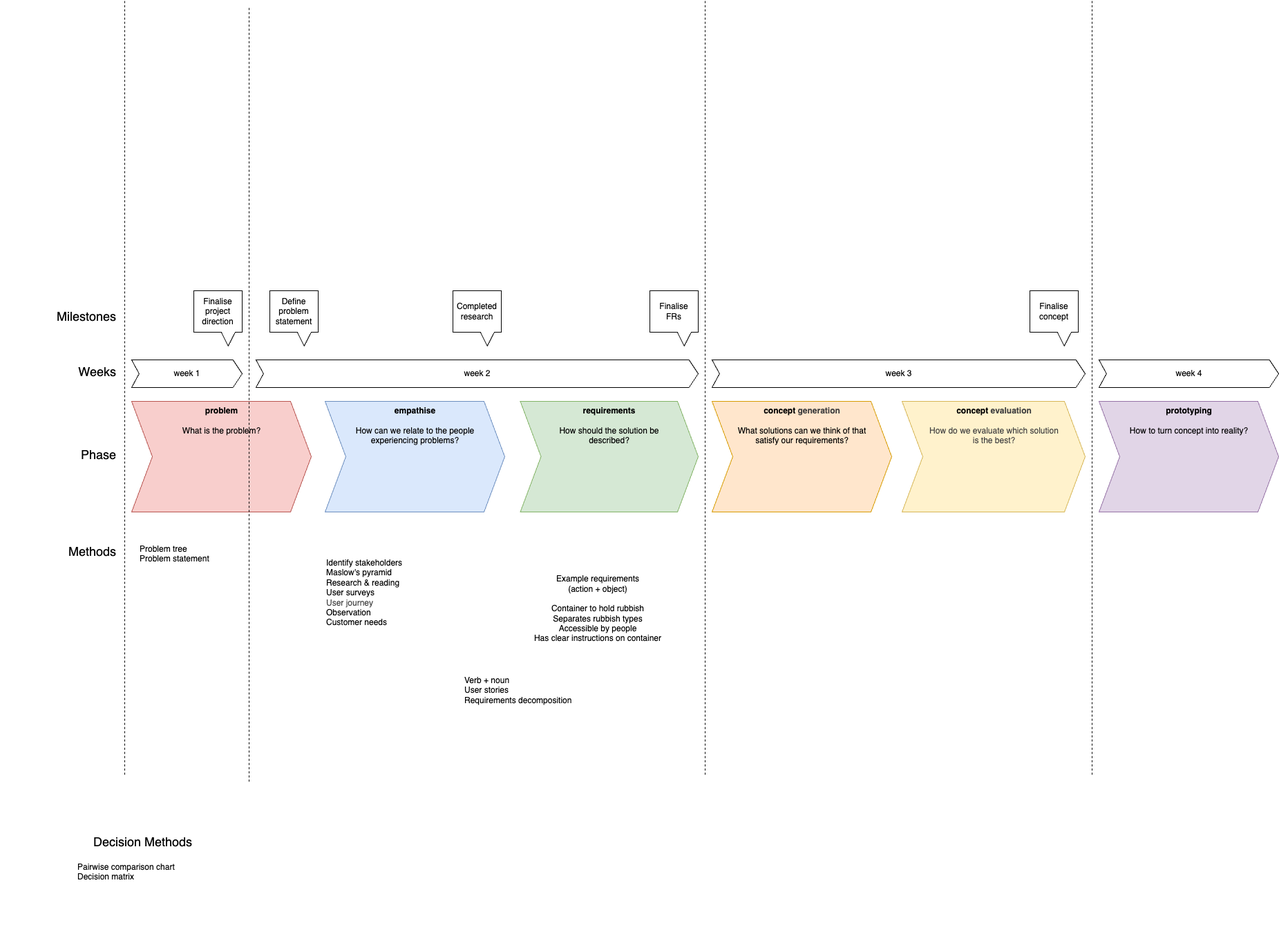
dennuguyen/desn2000-cheat-sheet keeps this draw.io diagram as cheat-sheet.drawio.png. Above is the earlier version. Source tidied: cells renumbered, new cells last; positions are measured from the earlier drawing's top-left corner, leaving out a move shared by most shapes.
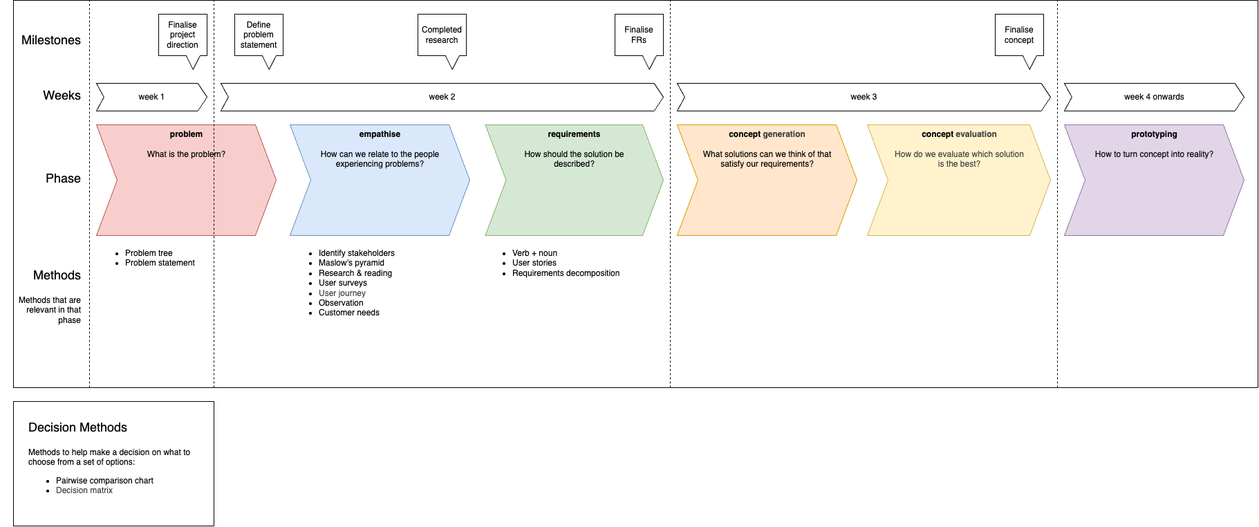
After the change.

Commit message:
Clean timeline and add decision methods

Diff of the diagram source:
```diff
@@ -2,6 +2,12 @@
   <root>
     <mxCell id="0" />
     <mxCell id="1" parent="0" />
+    <mxCell id="31" style="rounded=0;whiteSpace=wrap;html=1;fillColor=none;" parent="1" vertex="1">
+      <mxGeometry x="70" y="980" width="290" height="180" as="geometry" />
+    </mxCell>
+    <mxCell id="32" style="rounded=0;whiteSpace=wrap;html=1;fillColor=none;" parent="1" vertex="1">
+      <mxGeometry x="70" y="400" width="1800" height="560" as="geometry" />
+    </mxCell>
     <mxCell id="2" value="&lt;b&gt;problem&lt;/b&gt;&lt;div&gt;&lt;br&gt;&lt;/div&gt;&lt;div&gt;What is the problem?&lt;/div&gt;" style="html=1;shadow=0;dashed=0;align=center;verticalAlign=top;shape=mxgraph.arrows2.arrow;dy=0;dx=30;notch=30;rotation=0;fillColor=#f8cecc;strokeColor=#b85450;" parent="1" vertex="1">
       <mxGeometry x="190" y="580" width="260" height="160" as="geometry" />
     </mxCell>
@@ -29,7 +35,7 @@
     <mxCell id="10" value="week 3" style="html=1;shadow=0;dashed=0;align=center;verticalAlign=middle;shape=mxgraph.arrows2.arrow;dy=0;dx=13.33;notch=10.83;rotation=0;" parent="1" vertex="1">
       <mxGeometry x="1030" y="520" width="540" height="40" as="geometry" />
     </mxCell>
-    <mxCell id="11" value="week 4" style="html=1;shadow=0;dashed=0;align=center;verticalAlign=middle;shape=mxgraph.arrows2.arrow;dy=0;dx=13.33;notch=10.83;rotation=0;" parent="1" vertex="1">
+    <mxCell id="11" value="week 4 onwards" style="html=1;shadow=0;dashed=0;align=center;verticalAlign=middle;shape=mxgraph.arrows2.arrow;dy=0;dx=13.33;notch=10.83;rotation=0;" parent="1" vertex="1">
       <mxGeometry x="1590" y="520" width="260" height="40" as="geometry" />
     </mxCell>
     <mxCell id="12" value="Milestones" style="text;html=1;align=right;verticalAlign=top;whiteSpace=wrap;rounded=0;fontStyle=0;fontSize=18;" parent="1" vertex="1">
@@ -43,42 +49,39 @@
     </mxCell>
     <mxCell id="15" style="endArrow=none;dashed=1;html=1;" parent="1" edge="1">
       <mxGeometry relative="1" as="geometry">
-        <mxPoint x="180" y="1120" as="sourcePoint" />
-        <mxPoint x="180" as="targetPoint" />
+        <mxPoint x="180" y="960" as="sourcePoint" />
+        <mxPoint x="180" y="400" as="targetPoint" />
       </mxGeometry>
     </mxCell>
     <mxCell id="16" style="endArrow=none;dashed=1;html=1;" parent="1" edge="1">
       <mxGeometry relative="1" as="geometry">
-        <mxPoint x="360" y="1130" as="sourcePoint" />
-        <mxPoint x="360" y="10" as="targetPoint" />
+        <mxPoint x="360" y="960" as="sourcePoint" />
+        <mxPoint x="360" y="400" as="targetPoint" />
       </mxGeometry>
     </mxCell>
     <mxCell id="17" style="endArrow=none;dashed=1;html=1;" parent="1" edge="1">
       <mxGeometry relative="1" as="geometry">
-        <mxPoint x="1020" y="1120" as="sourcePoint" />
-        <mxPoint x="1020" as="targetPoint" />
+        <mxPoint x="1020" y="960" as="sourcePoint" />
+        <mxPoint x="1020" y="400" as="targetPoint" />
       </mxGeometry>
     </mxCell>
     <mxCell id="18" style="endArrow=none;dashed=1;html=1;" parent="1" edge="1">
       <mxGeometry relative="1" as="geometry">
-        <mxPoint x="1580" y="1120" as="sourcePoint" />
-        <mxPoint x="1580" as="targetPoint" />
+        <mxPoint x="1580" y="960" as="sourcePoint" />
+        <mxPoint x="1580" y="400" as="targetPoint" />
       </mxGeometry>
     </mxCell>
     <mxCell id="19" value="Methods" style="text;html=1;align=right;verticalAlign=top;whiteSpace=wrap;rounded=0;fontStyle=0;fontSize=18;" parent="1" vertex="1">
       <mxGeometry x="50" y="780" width="120" height="40" as="geometry" />
     </mxCell>
-    <mxCell id="20" value="&lt;a href=&quot;data:page/id,nuaXPxbeH8rUWCs_cNfz&quot;&gt;Problem tree&lt;/a&gt;&lt;div&gt;Problem statement&lt;/div&gt;" style="text;html=1;align=left;verticalAlign=top;whiteSpace=wrap;rounded=0;" parent="1" vertex="1">
-      <mxGeometry x="200" y="780" width="260" height="80" as="geometry" />
+    <mxCell id="20" value="&lt;ul&gt;&lt;li&gt;Problem tree&lt;/li&gt;&lt;li&gt;Problem statement&lt;/li&gt;&lt;/ul&gt;" style="text;html=1;align=left;verticalAlign=top;whiteSpace=wrap;rounded=0;" parent="1" vertex="1">
+      <mxGeometry x="190" y="740" width="160" height="80" as="geometry" />
     </mxCell>
-    <mxCell id="21" value="&lt;div&gt;Identify stakeholders&lt;/div&gt;&lt;a href=&quot;data:page/id,WFlrGRD5GLz9ZqU2Nfv2&quot;&gt;Maslow's pyramid&lt;/a&gt;&lt;div&gt;Research &amp;amp; reading&lt;/div&gt;&lt;div&gt;User surveys&lt;/div&gt;&lt;div&gt;&lt;span style=&quot;color: rgb(63, 63, 63);&quot;&gt;User journey&lt;/span&gt;&lt;/div&gt;&lt;div&gt;Observation&lt;/div&gt;&lt;div&gt;Customer needs&lt;/div&gt;" style="text;html=1;align=left;verticalAlign=top;whiteSpace=wrap;rounded=0;" parent="1" vertex="1">
-      <mxGeometry x="470" y="800" width="260" height="120" as="geometry" />
+    <mxCell id="21" value="&lt;div&gt;&lt;ul&gt;&lt;li&gt;Identify stakeholders&lt;/li&gt;&lt;li&gt;Maslow's pyramid&lt;/li&gt;&lt;li&gt;Research &amp;amp; reading&lt;/li&gt;&lt;li&gt;User surveys&lt;/li&gt;&lt;li&gt;&lt;span style=&quot;color: rgb(63, 63, 63);&quot;&gt;User journey&lt;/span&gt;&lt;/li&gt;&lt;li&gt;Observation&lt;/li&gt;&lt;li&gt;Customer needs&lt;/li&gt;&lt;/ul&gt;&lt;/div&gt;" style="text;html=1;align=left;verticalAlign=top;whiteSpace=wrap;rounded=0;" parent="1" vertex="1">
+      <mxGeometry x="470" y="740" width="260" height="170" as="geometry" />
     </mxCell>
-    <mxCell id="22" value="Example requirements&lt;div&gt;(action + object)&lt;/div&gt;&lt;div&gt;&lt;br&gt;&lt;/div&gt;&lt;div&gt;Container to hold rubbish&lt;/div&gt;&lt;div&gt;Separates rubbish types&lt;/div&gt;&lt;div&gt;Accessible by people&lt;/div&gt;&lt;div&gt;Has clear instructions on container&lt;/div&gt;" style="text;html=1;align=center;verticalAlign=middle;whiteSpace=wrap;rounded=0;" parent="1" vertex="1">
-      <mxGeometry x="760" y="830" width="210" height="100" as="geometry" />
-    </mxCell>
-    <mxCell id="23" value="&lt;div&gt;Verb + noun&lt;/div&gt;&lt;div&gt;User stories&lt;/div&gt;Requirements decomposition" style="text;html=1;align=left;verticalAlign=top;whiteSpace=wrap;rounded=0;" parent="1" vertex="1">
-      <mxGeometry x="670" y="970" width="260" height="120" as="geometry" />
+    <mxCell id="23" value="&lt;div&gt;&lt;ul&gt;&lt;li&gt;Verb + noun&lt;/li&gt;&lt;li&gt;User stories&lt;/li&gt;&lt;li&gt;Requirements decomposition&lt;/li&gt;&lt;/ul&gt;&lt;/div&gt;" style="text;html=1;align=left;verticalAlign=top;whiteSpace=wrap;rounded=0;" parent="1" vertex="1">
+      <mxGeometry x="750" y="740" width="262.5" height="120" as="geometry" />
     </mxCell>
     <mxCell id="24" value="Define problem statement" style="shape=callout;whiteSpace=wrap;html=1;perimeter=calloutPerimeter;position2=0.71;size=20;position=0.57;rotation=0;base=20;" parent="1" vertex="1">
       <mxGeometry x="390" y="420" width="70" height="80" as="geometry" />
@@ -95,11 +98,14 @@
     <mxCell id="28" value="Finalise concept" style="shape=callout;whiteSpace=wrap;html=1;perimeter=calloutPerimeter;position2=0.71;size=20;position=0.57;rotation=0;base=20;" parent="1" vertex="1">
       <mxGeometry x="1490" y="420" width="70" height="80" as="geometry" />
     </mxCell>
-    <mxCell id="29" value="&lt;a href=&quot;data:page/id,Jfxv_jzImTgZCfAA8_Uq&quot;&gt;Pairwise comparison chart&lt;/a&gt;&lt;div&gt;Decision matrix&lt;/div&gt;" style="text;html=1;align=left;verticalAlign=top;whiteSpace=wrap;rounded=0;" parent="1" vertex="1">
-      <mxGeometry x="110" y="1240" width="240" height="120" as="geometry" />
+    <mxCell id="29" value="&lt;div&gt;Methods to help make a decision on what to choose from a set of options:&lt;/div&gt;&lt;ul&gt;&lt;li&gt;Pairwise comparison chart&lt;/li&gt;&lt;li&gt;&lt;span style=&quot;color: rgb(63, 63, 63); background-color: transparent;&quot;&gt;Decision matrix&lt;/span&gt;&lt;/li&gt;&lt;/ul&gt;" style="text;html=1;align=left;verticalAlign=top;whiteSpace=wrap;rounded=0;" parent="1" vertex="1">
+      <mxGeometry x="90" y="1040" width="240" height="120" as="geometry" />
     </mxCell>
-    <mxCell id="30" value="Decision Methods" style="text;html=1;align=right;verticalAlign=top;whiteSpace=wrap;rounded=0;fontStyle=0;fontSize=18;" parent="1" vertex="1">
-      <mxGeometry y="1200" width="280" height="40" as="geometry" />
+    <mxCell id="30" value="Decision Methods" style="text;html=1;align=left;verticalAlign=top;whiteSpace=wrap;rounded=0;fontStyle=0;fontSize=18;" parent="1" vertex="1">
+      <mxGeometry x="90" y="1000" width="170" height="40" as="geometry" />
     </mxCell>
+    <mxCell id="33" value="Methods that are relevant in that phase" style="text;html=1;align=right;verticalAlign=top;whiteSpace=wrap;rounded=0;" parent="1" vertex="1">
+      <mxGeometry x="70" y="820" width="100" height="60" as="geometry" />
+    </mxCell>
   </root>
 </mxGraphModel>
```
